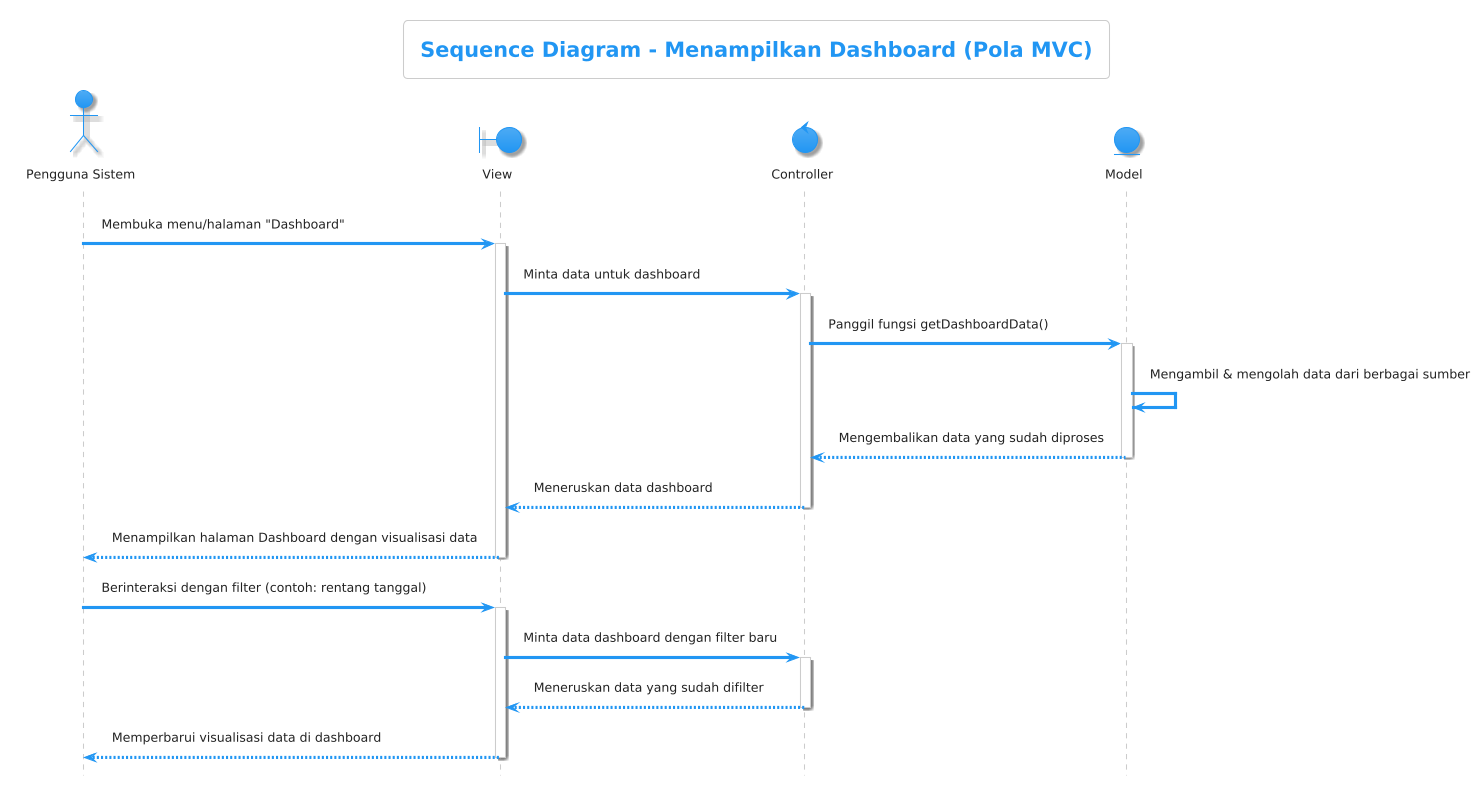
The PlantUML diagram sequence/Dashboard/dashboard.png in Mrmgnt/diagram-kp, before a commit.
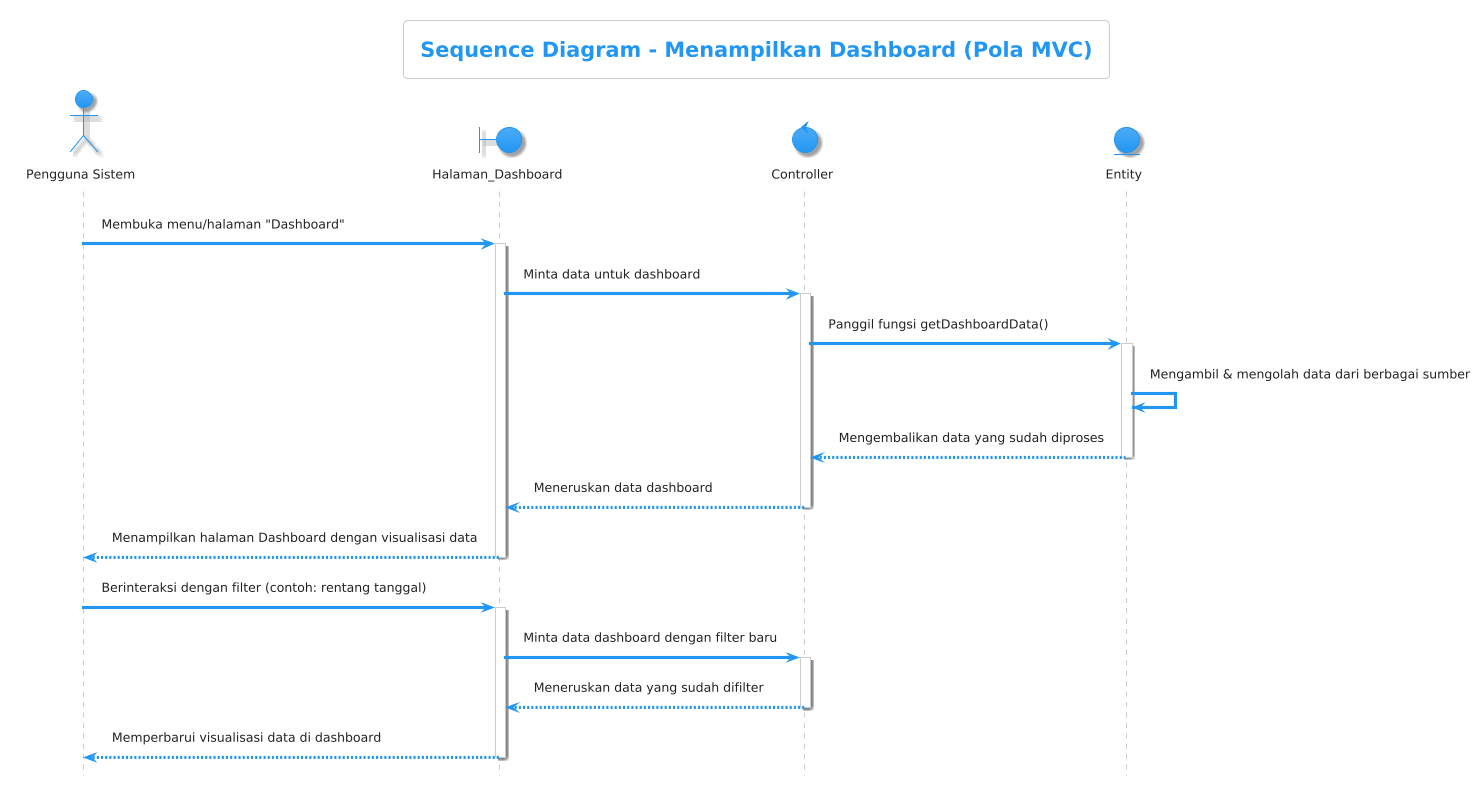
Above is the later version.

The edit, as a diff of the source:
```diff
@@ -5,36 +5,36 @@
 hide footbox
 
 actor "Pengguna Sistem" as Pengguna
-boundary "View" as View
+boundary "Halaman_Dashboard" as Halaman_Dashboard
 control "Controller" as Controller
-entity "Model" as Model
+entity "Entity" as Entity
 
-Pengguna -> View: Membuka menu/halaman "Dashboard"
-activate View
+Pengguna -> Halaman_Dashboard: Membuka menu/halaman "Dashboard"
+activate Halaman_Dashboard
 
-View -> Controller: Minta data untuk dashboard
+Halaman_Dashboard -> Controller: Minta data untuk dashboard
 activate Controller
 
-Controller -> Model: Panggil fungsi getDashboardData()
-activate Model
-Model -> Model: Mengambil & mengolah data dari berbagai sumber
-Model --> Controller: Mengembalikan data yang sudah diproses
-deactivate Model
+Controller -> Entity: Panggil fungsi getDashboardData()
+activate Entity
+Entity -> Entity: Mengambil & mengolah data dari berbagai sumber
+Entity --> Controller: Mengembalikan data yang sudah diproses
+deactivate Entity
 
-Controller --> View: Meneruskan data dashboard
+Controller --> Halaman_Dashboard: Meneruskan data dashboard
 deactivate Controller
 
-View --> Pengguna: Menampilkan halaman Dashboard dengan visualisasi data
-deactivate View
+Halaman_Dashboard --> Pengguna: Menampilkan halaman Dashboard dengan visualisasi data
+deactivate Halaman_Dashboard
 
-Pengguna -> View: Berinteraksi dengan filter (contoh: rentang tanggal)
-activate View
+Pengguna -> Halaman_Dashboard: Berinteraksi dengan filter (contoh: rentang tanggal)
+activate Halaman_Dashboard
 
-View -> Controller: Minta data dashboard dengan filter baru
+Halaman_Dashboard -> Controller: Minta data dashboard dengan filter baru
 activate Controller
-Controller --> View: Meneruskan data yang sudah difilter
+Controller --> Halaman_Dashboard: Meneruskan data yang sudah difilter
 deactivate Controller
 
-View --> Pengguna: Memperbarui visualisasi data di dashboard
-deactivate View
+Halaman_Dashboard --> Pengguna: Memperbarui visualisasi data di dashboard
+deactivate Halaman_Dashboard
 @enduml
```
